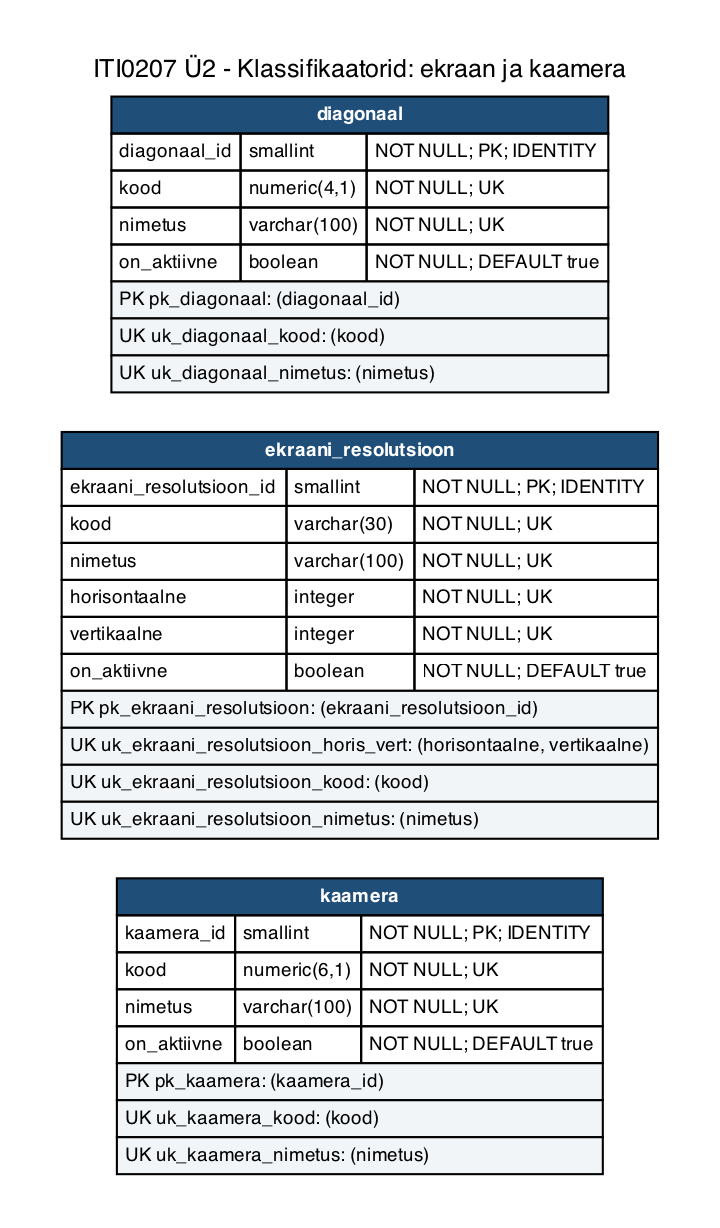
Above: iti0207-epood/docs/diagrams/u2-01c-klassifikaatorid-ekraan.png in tamkivi/andmebaasid-projekt (Graphviz), before the change. Its source is kept beside it as iti0207-epood/docs/diagrams/u2-01c-klassifikaatorid-ekraan.dot.
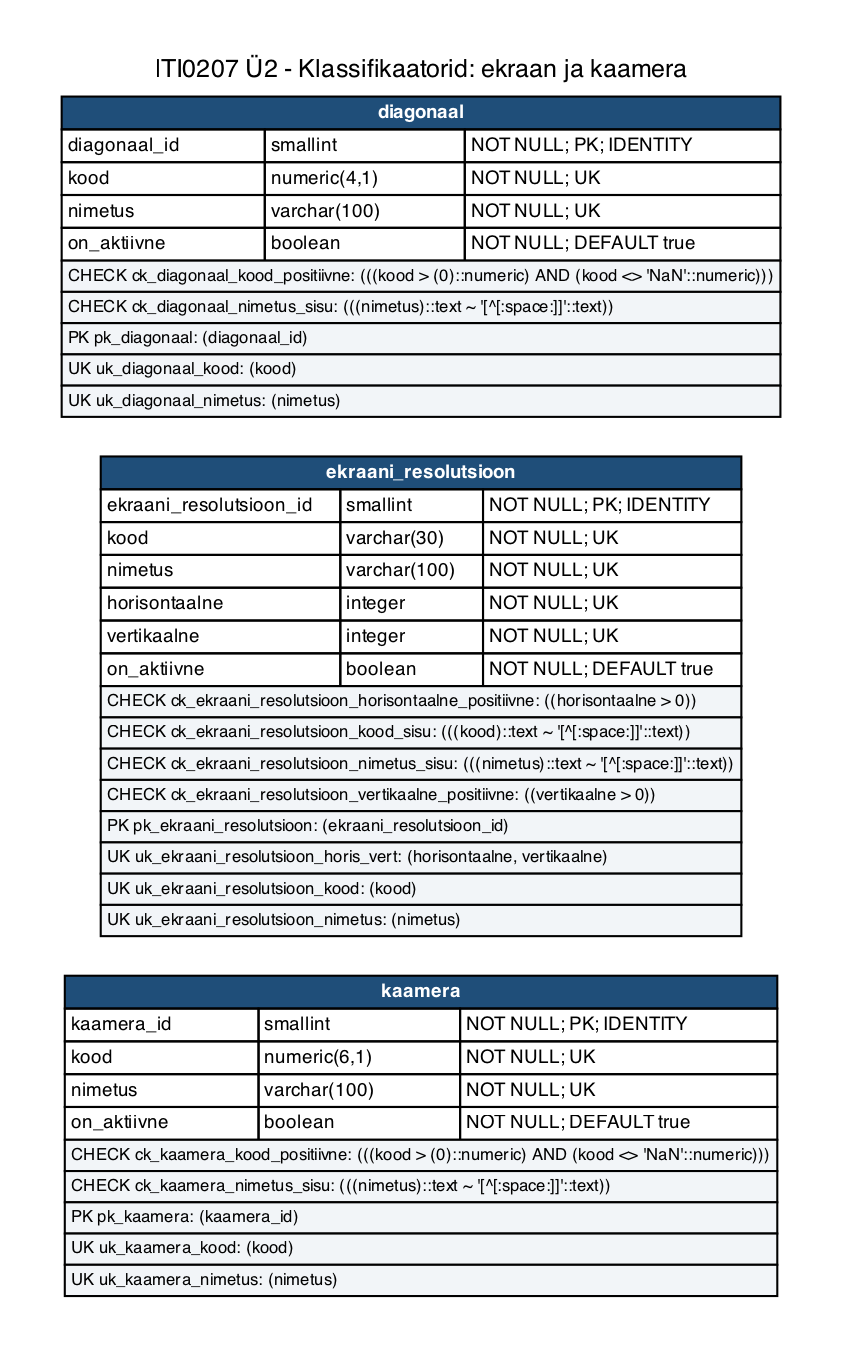
The same file after the commit.

The edit, as a diff of the source:
```diff
@@ -5,9 +5,9 @@
   edge [color="#667788", dir=none, fontsize=8, fontname=Helvetica];
   labelloc="t";
   label="ITI0207 Ü2 - Klassifikaatorid: ekraan ja kaamera";
-  "diagonaal" [label=<<TABLE BORDER="0" CELLBORDER="1" CELLSPACING="0" CELLPADDING="3"><TR><TD COLSPAN="3" BGCOLOR="#1f4e79"><FONT COLOR="white"><B>diagonaal</B></FONT></TD></TR><TR><TD ALIGN="LEFT">diagonaal_id</TD><TD ALIGN="LEFT">smallint</TD><TD ALIGN="LEFT">NOT NULL; PK; IDENTITY</TD></TR><TR><TD ALIGN="LEFT">kood</TD><TD ALIGN="LEFT">numeric(4,1)</TD><TD ALIGN="LEFT">NOT NULL; UK</TD></TR><TR><TD ALIGN="LEFT">nimetus</TD><TD ALIGN="LEFT">varchar(100)</TD><TD ALIGN="LEFT">NOT NULL; UK</TD></TR><TR><TD ALIGN="LEFT">on_aktiivne</TD><TD ALIGN="LEFT">boolean</TD><TD ALIGN="LEFT">NOT NULL; DEFAULT true</TD></TR><TR><TD COLSPAN="3" ALIGN="LEFT" BGCOLOR="#f2f5f8"><FONT POINT-SIZE="9">PK pk_diagonaal: (diagonaal_id)</FONT></TD></TR><TR><TD COLSPAN="3" ALIGN="LEFT" BGCOLOR="#f2f5f8"><FONT POINT-SIZE="9">UK uk_diagonaal_kood: (kood)</FONT></TD></TR><TR><TD COLSPAN="3" ALIGN="LEFT" BGCOLOR="#f2f5f8"><FONT POINT-SIZE="9">UK uk_diagonaal_nimetus: (nimetus)</FONT></TD></TR></TABLE>>];
-  "ekraani_resolutsioon" [label=<<TABLE BORDER="0" CELLBORDER="1" CELLSPACING="0" CELLPADDING="3"><TR><TD COLSPAN="3" BGCOLOR="#1f4e79"><FONT COLOR="white"><B>ekraani_resolutsioon</B></FONT></TD></TR><TR><TD ALIGN="LEFT">ekraani_resolutsioon_id</TD><TD ALIGN="LEFT">smallint</TD><TD ALIGN="LEFT">NOT NULL; PK; IDENTITY</TD></TR><TR><TD ALIGN="LEFT">kood</TD><TD ALIGN="LEFT">varchar(30)</TD><TD ALIGN="LEFT">NOT NULL; UK</TD></TR><TR><TD ALIGN="LEFT">nimetus</TD><TD ALIGN="LEFT">varchar(100)</TD><TD ALIGN="LEFT">NOT NULL; UK</TD></TR><TR><TD ALIGN="LEFT">horisontaalne</TD><TD ALIGN="LEFT">integer</TD><TD ALIGN="LEFT">NOT NULL; UK</TD></TR><TR><TD ALIGN="LEFT">vertikaalne</TD><TD ALIGN="LEFT">integer</TD><TD ALIGN="LEFT">NOT NULL; UK</TD></TR><TR><TD ALIGN="LEFT">on_aktiivne</TD><TD ALIGN="LEFT">boolean</TD><TD ALIGN="LEFT">NOT NULL; DEFAULT true</TD></TR><TR><TD COLSPAN="3" ALIGN="LEFT" BGCOLOR="#f2f5f8"><FONT POINT-SIZE="9">PK pk_ekraani_resolutsioon: (ekraani_resolutsioon_id)</FONT></TD></TR><TR><TD COLSPAN="3" ALIGN="LEFT" BGCOLOR="#f2f5f8"><FONT POINT-SIZE="9">UK uk_ekraani_resolutsioon_horis_vert: (horisontaalne, vertikaalne)</FONT></TD></TR><TR><TD COLSPAN="3" ALIGN="LEFT" BGCOLOR="#f2f5f8"><FONT POINT-SIZE="9">UK uk_ekraani_resolutsioon_kood: (kood)</FONT></TD></TR><TR><TD COLSPAN="3" ALIGN="LEFT" BGCOLOR="#f2f5f8"><FONT POINT-SIZE="9">UK uk_ekraani_resolutsioon_nimetus: (nimetus)</FONT></TD></TR></TABLE>>];
-  "kaamera" [label=<<TABLE BORDER="0" CELLBORDER="1" CELLSPACING="0" CELLPADDING="3"><TR><TD COLSPAN="3" BGCOLOR="#1f4e79"><FONT COLOR="white"><B>kaamera</B></FONT></TD></TR><TR><TD ALIGN="LEFT">kaamera_id</TD><TD ALIGN="LEFT">smallint</TD><TD ALIGN="LEFT">NOT NULL; PK; IDENTITY</TD></TR><TR><TD ALIGN="LEFT">kood</TD><TD ALIGN="LEFT">numeric(6,1)</TD><TD ALIGN="LEFT">NOT NULL; UK</TD></TR><TR><TD ALIGN="LEFT">nimetus</TD><TD ALIGN="LEFT">varchar(100)</TD><TD ALIGN="LEFT">NOT NULL; UK</TD></TR><TR><TD ALIGN="LEFT">on_aktiivne</TD><TD ALIGN="LEFT">boolean</TD><TD ALIGN="LEFT">NOT NULL; DEFAULT true</TD></TR><TR><TD COLSPAN="3" ALIGN="LEFT" BGCOLOR="#f2f5f8"><FONT POINT-SIZE="9">PK pk_kaamera: (kaamera_id)</FONT></TD></TR><TR><TD COLSPAN="3" ALIGN="LEFT" BGCOLOR="#f2f5f8"><FONT POINT-SIZE="9">UK uk_kaamera_kood: (kood)</FONT></TD></TR><TR><TD COLSPAN="3" ALIGN="LEFT" BGCOLOR="#f2f5f8"><FONT POINT-SIZE="9">UK uk_kaamera_nimetus: (nimetus)</FONT></TD></TR></TABLE>>];
+  "diagonaal" [label=<<TABLE BORDER="0" CELLBORDER="1" CELLSPACING="0" CELLPADDING="2"><TR><TD COLSPAN="3" BGCOLOR="#1f4e79"><FONT COLOR="white"><B>diagonaal</B></FONT></TD></TR><TR><TD ALIGN="LEFT">diagonaal_id</TD><TD ALIGN="LEFT">smallint</TD><TD ALIGN="LEFT">NOT NULL; PK; IDENTITY</TD></TR><TR><TD ALIGN="LEFT">kood</TD><TD ALIGN="LEFT">numeric(4,1)</TD><TD ALIGN="LEFT">NOT NULL; UK</TD></TR><TR><TD ALIGN="LEFT">nimetus</TD><TD ALIGN="LEFT">varchar(100)</TD><TD ALIGN="LEFT">NOT NULL; UK</TD></TR><TR><TD ALIGN="LEFT">on_aktiivne</TD><TD ALIGN="LEFT">boolean</TD><TD ALIGN="LEFT">NOT NULL; DEFAULT true</TD></TR><TR><TD COLSPAN="3" ALIGN="LEFT" BGCOLOR="#f2f5f8"><FONT POINT-SIZE="8">CHECK ck_diagonaal_kood_positiivne: (((kood &gt; (0)::numeric) AND (kood &lt;&gt; &#x27;NaN&#x27;::numeric)))</FONT></TD></TR><TR><TD COLSPAN="3" ALIGN="LEFT" BGCOLOR="#f2f5f8"><FONT POINT-SIZE="8">CHECK ck_diagonaal_nimetus_sisu: (((nimetus)::text ~ &#x27;[^[:space:]]&#x27;::text))</FONT></TD></TR><TR><TD COLSPAN="3" ALIGN="LEFT" BGCOLOR="#f2f5f8"><FONT POINT-SIZE="8">PK pk_diagonaal: (diagonaal_id)</FONT></TD></TR><TR><TD COLSPAN="3" ALIGN="LEFT" BGCOLOR="#f2f5f8"><FONT POINT-SIZE="8">UK uk_diagonaal_kood: (kood)</FONT></TD></TR><TR><TD COLSPAN="3" ALIGN="LEFT" BGCOLOR="#f2f5f8"><FONT POINT-SIZE="8">UK uk_diagonaal_nimetus: (nimetus)</FONT></TD></TR></TABLE>>];
+  "ekraani_resolutsioon" [label=<<TABLE BORDER="0" CELLBORDER="1" CELLSPACING="0" CELLPADDING="2"><TR><TD COLSPAN="3" BGCOLOR="#1f4e79"><FONT COLOR="white"><B>ekraani_resolutsioon</B></FONT></TD></TR><TR><TD ALIGN="LEFT">ekraani_resolutsioon_id</TD><TD ALIGN="LEFT">smallint</TD><TD ALIGN="LEFT">NOT NULL; PK; IDENTITY</TD></TR><TR><TD ALIGN="LEFT">kood</TD><TD ALIGN="LEFT">varchar(30)</TD><TD ALIGN="LEFT">NOT NULL; UK</TD></TR><TR><TD ALIGN="LEFT">nimetus</TD><TD ALIGN="LEFT">varchar(100)</TD><TD ALIGN="LEFT">NOT NULL; UK</TD></TR><TR><TD ALIGN="LEFT">horisontaalne</TD><TD ALIGN="LEFT">integer</TD><TD ALIGN="LEFT">NOT NULL; UK</TD></TR><TR><TD ALIGN="LEFT">vertikaalne</TD><TD ALIGN="LEFT">integer</TD><TD ALIGN="LEFT">NOT NULL; UK</TD></TR><TR><TD ALIGN="LEFT">on_aktiivne</TD><TD ALIGN="LEFT">boolean</TD><TD ALIGN="LEFT">NOT NULL; DEFAULT true</TD></TR><TR><TD COLSPAN="3" ALIGN="LEFT" BGCOLOR="#f2f5f8"><FONT POINT-SIZE="8">CHECK ck_ekraani_resolutsioon_horisontaalne_positiivne: ((horisontaalne &gt; 0))</FONT></TD></TR><TR><TD COLSPAN="3" ALIGN="LEFT" BGCOLOR="#f2f5f8"><FONT POINT-SIZE="8">CHECK ck_ekraani_resolutsioon_kood_sisu: (((kood)::text ~ &#x27;[^[:space:]]&#x27;::text))</FONT></TD></TR><TR><TD COLSPAN="3" ALIGN="LEFT" BGCOLOR="#f2f5f8"><FONT POINT-SIZE="8">CHECK ck_ekraani_resolutsioon_nimetus_sisu: (((nimetus)::text ~ &#x27;[^[:space:]]&#x27;::text))</FONT></TD></TR><TR><TD COLSPAN="3" ALIGN="LEFT" BGCOLOR="#f2f5f8"><FONT POINT-SIZE="8">CHECK ck_ekraani_resolutsioon_vertikaalne_positiivne: ((vertikaalne &gt; 0))</FONT></TD></TR><TR><TD COLSPAN="3" ALIGN="LEFT" BGCOLOR="#f2f5f8"><FONT POINT-SIZE="8">PK pk_ekraani_resolutsioon: (ekraani_resolutsioon_id)</FONT></TD></TR><TR><TD COLSPAN="3" ALIGN="LEFT" BGCOLOR="#f2f5f8"><FONT POINT-SIZE="8">UK uk_ekraani_resolutsioon_horis_vert: (horisontaalne, vertikaalne)</FONT></TD></TR><TR><TD COLSPAN="3" ALIGN="LEFT" BGCOLOR="#f2f5f8"><FONT POINT-SIZE="8">UK uk_ekraani_resolutsioon_kood: (kood)</FONT></TD></TR><TR><TD COLSPAN="3" ALIGN="LEFT" BGCOLOR="#f2f5f8"><FONT POINT-SIZE="8">UK uk_ekraani_resolutsioon_nimetus: (nimetus)</FONT></TD></TR></TABLE>>];
+  "kaamera" [label=<<TABLE BORDER="0" CELLBORDER="1" CELLSPACING="0" CELLPADDING="2"><TR><TD COLSPAN="3" BGCOLOR="#1f4e79"><FONT COLOR="white"><B>kaamera</B></FONT></TD></TR><TR><TD ALIGN="LEFT">kaamera_id</TD><TD ALIGN="LEFT">smallint</TD><TD ALIGN="LEFT">NOT NULL; PK; IDENTITY</TD></TR><TR><TD ALIGN="LEFT">kood</TD><TD ALIGN="LEFT">numeric(6,1)</TD><TD ALIGN="LEFT">NOT NULL; UK</TD></TR><TR><TD ALIGN="LEFT">nimetus</TD><TD ALIGN="LEFT">varchar(100)</TD><TD ALIGN="LEFT">NOT NULL; UK</TD></TR><TR><TD ALIGN="LEFT">on_aktiivne</TD><TD ALIGN="LEFT">boolean</TD><TD ALIGN="LEFT">NOT NULL; DEFAULT true</TD></TR><TR><TD COLSPAN="3" ALIGN="LEFT" BGCOLOR="#f2f5f8"><FONT POINT-SIZE="8">CHECK ck_kaamera_kood_positiivne: (((kood &gt; (0)::numeric) AND (kood &lt;&gt; &#x27;NaN&#x27;::numeric)))</FONT></TD></TR><TR><TD COLSPAN="3" ALIGN="LEFT" BGCOLOR="#f2f5f8"><FONT POINT-SIZE="8">CHECK ck_kaamera_nimetus_sisu: (((nimetus)::text ~ &#x27;[^[:space:]]&#x27;::text))</FONT></TD></TR><TR><TD COLSPAN="3" ALIGN="LEFT" BGCOLOR="#f2f5f8"><FONT POINT-SIZE="8">PK pk_kaamera: (kaamera_id)</FONT></TD></TR><TR><TD COLSPAN="3" ALIGN="LEFT" BGCOLOR="#f2f5f8"><FONT POINT-SIZE="8">UK uk_kaamera_kood: (kood)</FONT></TD></TR><TR><TD COLSPAN="3" ALIGN="LEFT" BGCOLOR="#f2f5f8"><FONT POINT-SIZE="8">UK uk_kaamera_nimetus: (nimetus)</FONT></TD></TR></TABLE>>];
   "diagonaal" -> "ekraani_resolutsioon" [style=invis, weight=100];
   "ekraani_resolutsioon" -> "kaamera" [style=invis, weight=100];
 }
```
